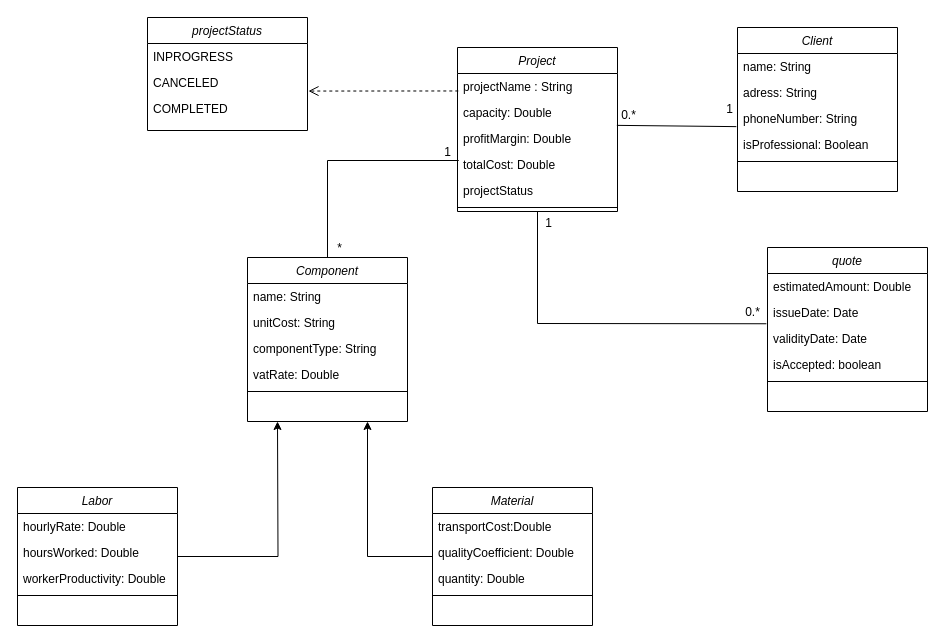
Above: diagramme/Bati Cuisine.drawio in NabilElHakimi/Bati-Cuisine (draw.io), before the change. Source tidied: cells renumbered, new cells numbered last; positions are measured from the earlier drawing's top-left corner, leaving out a move shared by most shapes. Both pictures are drawn from the tidied source at 100%, with x=0, y=0 at pixel (17, 17).
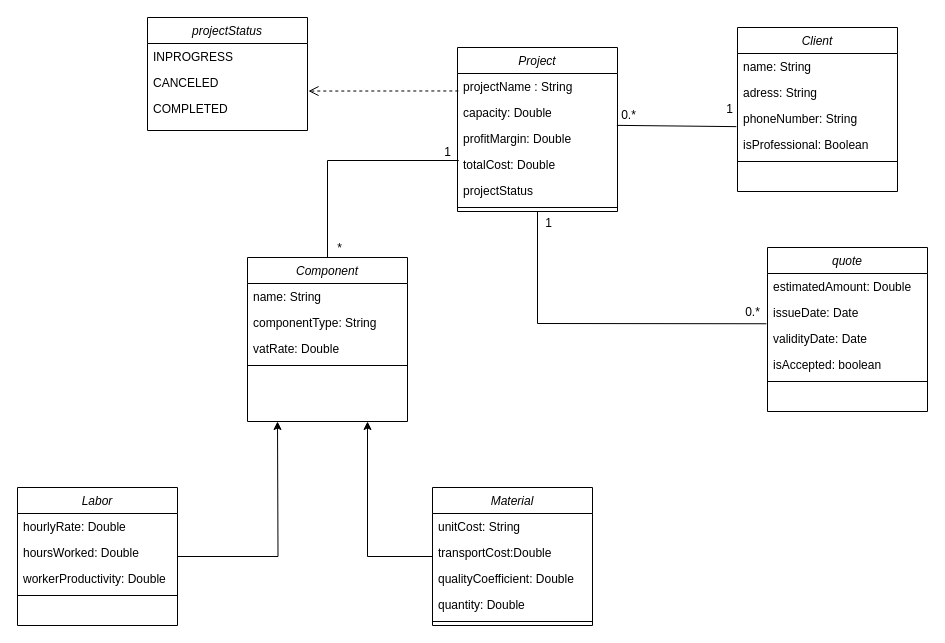
After the change.

Unchanged cells that the change refers to:
```xml
<mxCell id="8" value="Component" style="swimlane;fontStyle=2;align=center;verticalAlign=top;horizontal=1;startSize=26;rounded=0;shadow=0;strokeWidth=1;" parent="1" vertex="1">
  <mxGeometry x="230" y="240" width="160" height="164" as="geometry" />
</mxCell>
<mxCell id="27" value="Material&#10;" style="swimlane;fontStyle=2;align=center;verticalAlign=top;horizontal=1;startSize=26;rounded=0;shadow=0;strokeWidth=1;" parent="1" vertex="1">
  <mxGeometry x="415" y="470" width="160" height="138" as="geometry" />
</mxCell>
```

The edit, as a diff of the source:
```diff
@@
-    <mxCell id="10" value="unitCost: String" style="text;align=left;verticalAlign=top;spacingLeft=4;spacingRight=4;overflow=hidden;rounded=0;shadow=0;html=0;" parent="8" vertex="1">
-      <mxGeometry y="52" width="160" height="26" as="geometry" />
-    </mxCell>
     <mxCell id="11" value="componentType: String" style="text;align=left;verticalAlign=top;spacingLeft=4;spacingRight=4;overflow=hidden;rounded=0;shadow=0;html=0;" parent="8" vertex="1">
-      <mxGeometry y="78" width="160" height="26" as="geometry" />
+      <mxGeometry y="52" width="160" height="26" as="geometry" />
     </mxCell>
     <mxCell id="12" value="vatRate: Double" style="text;align=left;verticalAlign=top;spacingLeft=4;spacingRight=4;overflow=hidden;rounded=0;shadow=0;html=0;" parent="8" vertex="1">
-      <mxGeometry y="104" width="160" height="26" as="geometry" />
+      <mxGeometry y="78" width="160" height="26" as="geometry" />
     </mxCell>
     <mxCell id="13" style="line;html=1;strokeWidth=1;align=left;verticalAlign=middle;spacingTop=-1;spacingLeft=3;spacingRight=3;labelPosition=right;" parent="8" vertex="1">
-      <mxGeometry y="130" width="160" height="8" as="geometry" />
+      <mxGeometry y="104" width="160" height="8" as="geometry" />
     </mxCell>
@@
+    <mxCell id="10" value="unitCost: String" style="text;align=left;verticalAlign=top;spacingLeft=4;spacingRight=4;overflow=hidden;rounded=0;shadow=0;html=0;" parent="27" vertex="1">
+      <mxGeometry y="26" width="160" height="26" as="geometry" />
+    </mxCell>
     <mxCell id="28" value="transportCost:Double" style="text;align=left;verticalAlign=top;spacingLeft=4;spacingRight=4;overflow=hidden;" parent="27" vertex="1">
-      <mxGeometry y="26" width="160" height="26" as="geometry" />
+      <mxGeometry y="52" width="160" height="26" as="geometry" />
     </mxCell>
     <mxCell id="29" value="qualityCoefficient: Double" style="text;align=left;verticalAlign=top;spacingLeft=4;spacingRight=4;overflow=hidden;rounded=0;shadow=0;html=0;" parent="27" vertex="1">
-      <mxGeometry y="52" width="160" height="26" as="geometry" />
+      <mxGeometry y="78" width="160" height="26" as="geometry" />
     </mxCell>
     <mxCell id="30" value="quantity: Double" style="text;align=left;verticalAlign=top;spacingLeft=4;spacingRight=4;overflow=hidden;rounded=0;shadow=0;html=0;" parent="27" vertex="1">
-      <mxGeometry y="78" width="160" height="26" as="geometry" />
+      <mxGeometry y="104" width="160" height="26" as="geometry" />
     </mxCell>
     <mxCell id="31" style="line;html=1;strokeWidth=1;align=left;verticalAlign=middle;spacingTop=-1;spacingLeft=3;spacingRight=3;labelPosition=right;" parent="27" vertex="1">
-      <mxGeometry y="104" width="160" height="8" as="geometry" />
+      <mxGeometry y="130" width="160" height="8" as="geometry" />
     </mxCell>
```
